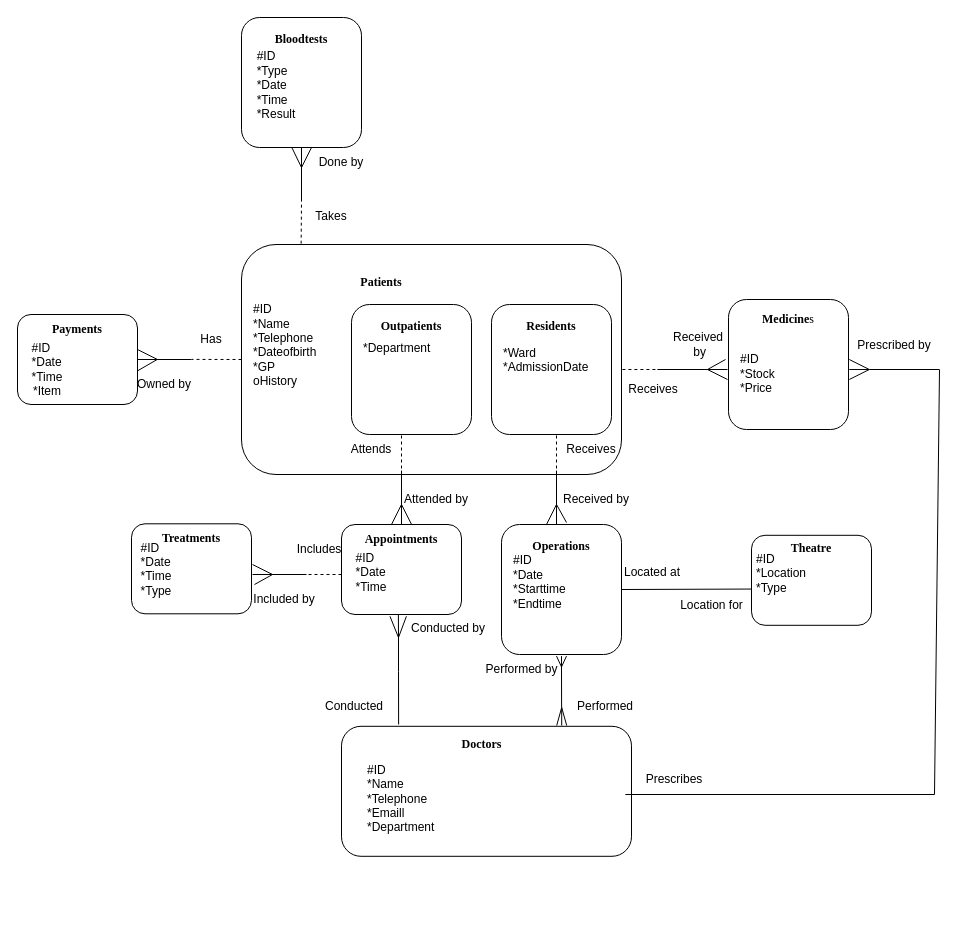
LordDdanielHan/test keeps this draw.io diagram as Assignment1DatabaseDesign.drawio. Above is the earlier version. Source tidied: cells renumbered, new cells numbered last; positions are measured from the earlier drawing's top-left corner, leaving out a move shared by most shapes. Both pictures are drawn from the tidied source at 100%, with x=0, y=0 at pixel (17, 17).
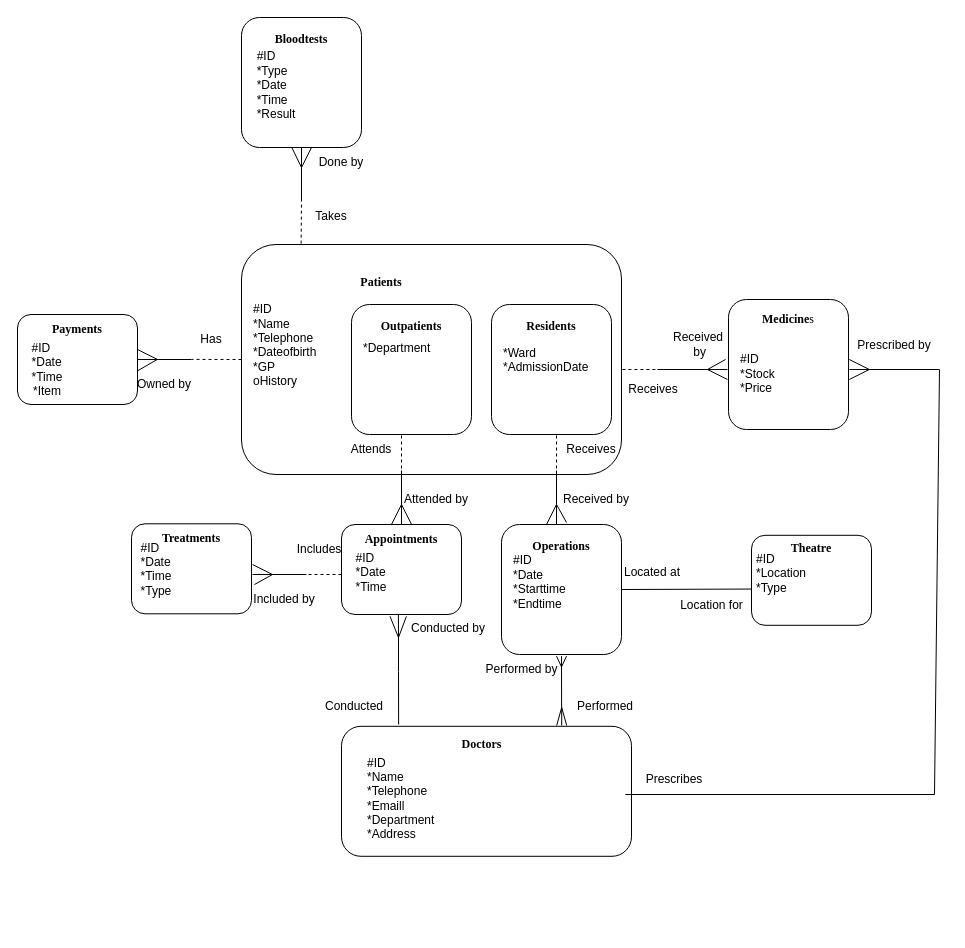
After the change.

The change refers to these unchanged cells:
```xml
<mxCell id="82" style="group;rotation=90;" parent="1" vertex="1">
  <mxGeometry x="324" y="697" width="290" height="141.8" as="geometry" />
</mxCell>
```

What changed in the source:
```diff
@@
-    <mxCell id="85" value="&lt;div&gt;&lt;br&gt;&lt;/div&gt;&lt;div&gt;#ID&lt;br&gt;&lt;/div&gt;&lt;div&gt;*Name&lt;/div&gt;&lt;div&gt;*Telephone&lt;/div&gt;&lt;div&gt;*Emaill&lt;/div&gt;&lt;div&gt;*Department&lt;/div&gt;" style="text;html=1;align=left;verticalAlign=middle;whiteSpace=wrap;rounded=0;" parent="82" vertex="1">
+    <mxCell id="85" value="&lt;div&gt;&lt;br&gt;&lt;/div&gt;&lt;div&gt;#ID&lt;br&gt;&lt;/div&gt;&lt;div&gt;*Name&lt;/div&gt;&lt;div&gt;*Telephone&lt;/div&gt;&lt;div&gt;*Emaill&lt;/div&gt;&lt;div&gt;*Department&lt;/div&gt;&lt;div&gt;*Address&lt;/div&gt;" style="text;html=1;align=left;verticalAlign=middle;whiteSpace=wrap;rounded=0;" parent="82" vertex="1">
       <mxGeometry x="23.5" y="51.2" width="140.7" height="51.2" as="geometry" />
     </mxCell>
```
